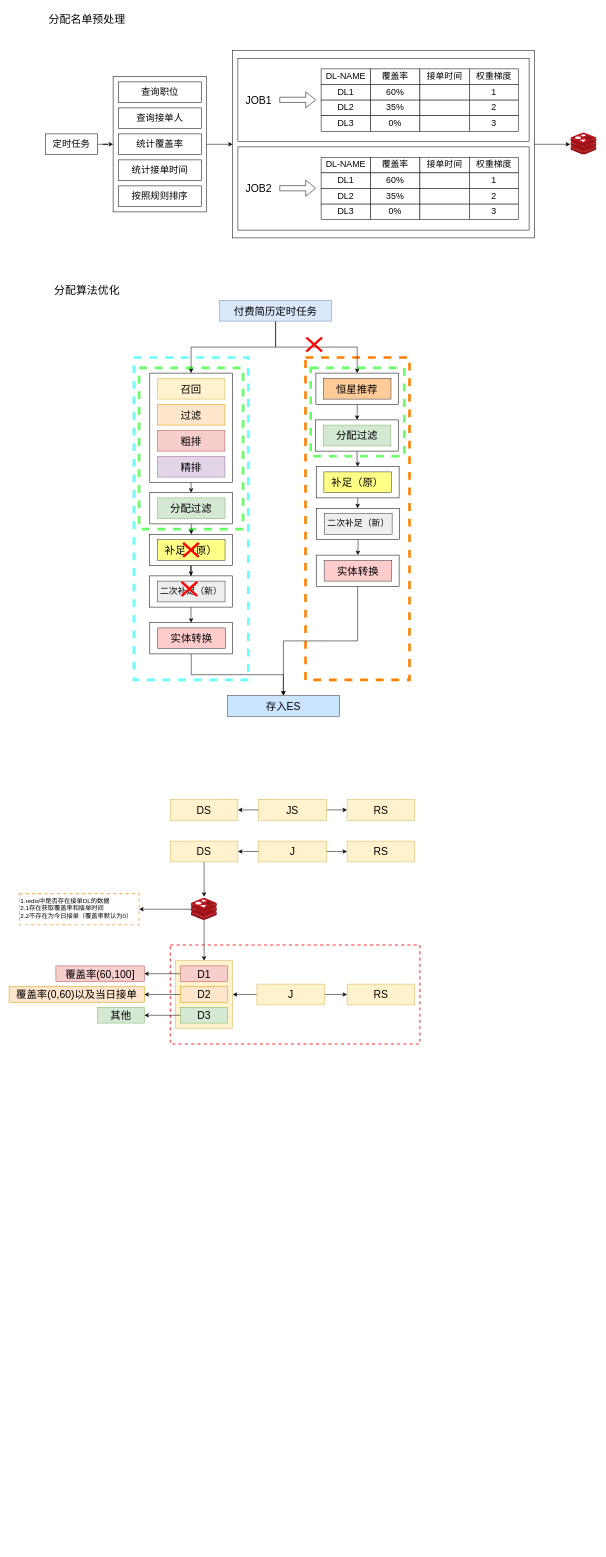
Earlier version of the draw.io diagram 推荐分配算法优化.drawio (LuOyEbY/draw-b). Source tidied: cells renumbered, new cells numbered last; positions are measured from the earlier drawing's top-left corner, leaving out a move shared by most shapes. Both pictures are drawn from the tidied source at 52%, with x=0, y=0 at pixel (9, 9).
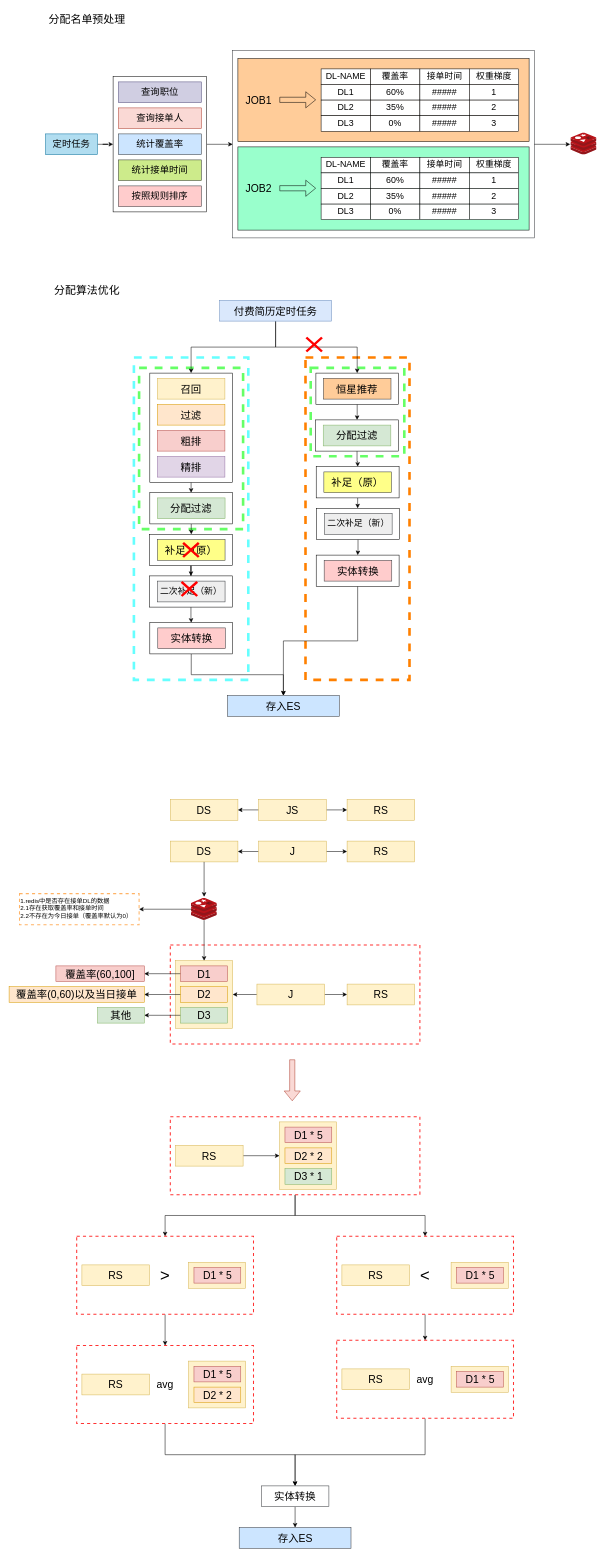
The same page after the edit.

Commit message:
更新推荐分配算法优化.drawio

The change refers to these unchanged cells:
```xml
<mxCell id="14" style="group;" parent="13" vertex="1">
  <mxGeometry width="580" height="350" as="geometry" />
</mxCell>
<mxCell id="16" style="group;" parent="14" vertex="1">
  <mxGeometry x="160" y="20" width="380" height="120" as="geometry" />
</mxCell>
<mxCell id="35" style="group;" parent="13" vertex="1">
  <mxGeometry y="170" width="560" height="160" as="geometry" />
</mxCell>
<mxCell id="37" style="group;" parent="35" vertex="1">
  <mxGeometry x="160" y="20" width="380" height="120" as="geometry" />
</mxCell>
```

The edit, as a diff of the source:
```diff
@@
-    <mxCell id="3" style="rounded=0;whiteSpace=wrap;html=1;" parent="1" vertex="1">
+    <mxCell id="3" style="rounded=0;whiteSpace=wrap;html=1;fillColor=#FFFFFF;strokeColor=#36393d;" parent="1" vertex="1">
       <mxGeometry x="430" y="80" width="580" height="360" as="geometry" />
     </mxCell>
@@
-    <mxCell id="5" value="定时任务" style="rounded=0;whiteSpace=wrap;html=1;fontSize=18;" parent="1" vertex="1">
+    <mxCell id="5" value="定时任务" style="rounded=0;whiteSpace=wrap;html=1;fontSize=18;fillColor=#b1ddf0;strokeColor=#10739e;" parent="1" vertex="1">
       <mxGeometry x="70" y="240" width="100" height="40" as="geometry" />
     </mxCell>
@@
-    <mxCell id="8" value="查询职位" style="rounded=0;whiteSpace=wrap;html=1;fontSize=18;" parent="1" vertex="1">
+    <mxCell id="8" value="查询职位" style="rounded=0;whiteSpace=wrap;html=1;fontSize=18;fillColor=#d0cee2;strokeColor=#56517e;" parent="1" vertex="1">
       <mxGeometry x="210" y="140" width="160" height="40" as="geometry" />
     </mxCell>
-    <mxCell id="9" value="查询接单人" style="rounded=0;whiteSpace=wrap;html=1;fontSize=18;" parent="1" vertex="1">
+    <mxCell id="9" value="查询接单人" style="rounded=0;whiteSpace=wrap;html=1;fontSize=18;fillColor=#fad9d5;strokeColor=#ae4132;" parent="1" vertex="1">
       <mxGeometry x="210" y="190" width="160" height="40" as="geometry" />
     </mxCell>
-    <mxCell id="10" value="统计覆盖率" style="rounded=0;whiteSpace=wrap;html=1;fontSize=18;" parent="1" vertex="1">
+    <mxCell id="10" value="统计覆盖率" style="rounded=0;whiteSpace=wrap;html=1;fontSize=18;fillColor=#cce5ff;strokeColor=#36393d;" parent="1" vertex="1">
       <mxGeometry x="210" y="240" width="160" height="40" as="geometry" />
     </mxCell>
-    <mxCell id="11" value="统计接单时间" style="rounded=0;whiteSpace=wrap;html=1;fontSize=18;" parent="1" vertex="1">
+    <mxCell id="11" value="统计接单时间" style="rounded=0;whiteSpace=wrap;html=1;fontSize=18;fillColor=#cdeb8b;strokeColor=#36393d;" parent="1" vertex="1">
       <mxGeometry x="210" y="290" width="160" height="40" as="geometry" />
     </mxCell>
-    <mxCell id="12" value="按照规则排序" style="rounded=0;whiteSpace=wrap;html=1;fontSize=18;" parent="1" vertex="1">
+    <mxCell id="12" value="按照规则排序" style="rounded=0;whiteSpace=wrap;html=1;fontSize=18;fillColor=#ffcccc;strokeColor=#36393d;" parent="1" vertex="1">
       <mxGeometry x="210" y="340" width="160" height="40" as="geometry" />
     </mxCell>
@@
-    <mxCell id="15" style="rounded=0;whiteSpace=wrap;html=1;" parent="14" vertex="1">
+    <mxCell id="15" style="rounded=0;whiteSpace=wrap;html=1;fillColor=#FFCC99;" parent="14" vertex="1">
       <mxGeometry width="560" height="160" as="geometry" />
     </mxCell>
@@
-    <mxCell id="23" style="rounded=0;whiteSpace=wrap;html=1;fontSize=17;" parent="16" vertex="1">
+    <mxCell id="23" value="#####" style="rounded=0;whiteSpace=wrap;html=1;fontSize=17;" parent="16" vertex="1">
       <mxGeometry x="190" y="30" width="95" height="30" as="geometry" />
     </mxCell>
@@
-    <mxCell id="27" style="rounded=0;whiteSpace=wrap;html=1;fontSize=17;" parent="16" vertex="1">
+    <mxCell id="27" value="#####" style="rounded=0;whiteSpace=wrap;html=1;fontSize=17;" parent="16" vertex="1">
       <mxGeometry x="190" y="60" width="95" height="30" as="geometry" />
     </mxCell>
@@
-    <mxCell id="31" style="rounded=0;whiteSpace=wrap;html=1;fontSize=17;" parent="16" vertex="1">
+    <mxCell id="31" value="#####" style="rounded=0;whiteSpace=wrap;html=1;fontSize=17;" parent="16" vertex="1">
       <mxGeometry x="190" y="90" width="95" height="30" as="geometry" />
     </mxCell>
@@
-    <mxCell id="36" style="rounded=0;whiteSpace=wrap;html=1;" parent="35" vertex="1">
+    <mxCell id="36" style="rounded=0;whiteSpace=wrap;html=1;fillColor=#99FFCC;" parent="35" vertex="1">
       <mxGeometry width="560" height="160" as="geometry" />
     </mxCell>
@@
-    <mxCell id="44" style="rounded=0;whiteSpace=wrap;html=1;fontSize=17;" parent="37" vertex="1">
+    <mxCell id="44" value="#####" style="rounded=0;whiteSpace=wrap;html=1;fontSize=17;" parent="37" vertex="1">
       <mxGeometry x="190" y="30" width="95" height="30" as="geometry" />
     </mxCell>
@@
-    <mxCell id="48" style="rounded=0;whiteSpace=wrap;html=1;fontSize=17;" parent="37" vertex="1">
+    <mxCell id="48" value="#####" style="rounded=0;whiteSpace=wrap;html=1;fontSize=17;" parent="37" vertex="1">
       <mxGeometry x="190" y="60" width="95" height="30" as="geometry" />
     </mxCell>
@@
-    <mxCell id="52" style="rounded=0;whiteSpace=wrap;html=1;fontSize=17;" parent="37" vertex="1">
+    <mxCell id="52" value="#####" style="rounded=0;whiteSpace=wrap;html=1;fontSize=17;" parent="37" vertex="1">
       <mxGeometry x="190" y="90" width="95" height="30" as="geometry" />
     </mxCell>
@@
+    <mxCell id="133" style="edgeStyle=orthogonalEdgeStyle;rounded=0;jettySize=auto;html=1;" parent="1" edge="1" source="135" target="144">
+      <mxGeometry relative="1" as="geometry" />
+    </mxCell>
+    <mxCell id="134" style="edgeStyle=orthogonalEdgeStyle;rounded=0;jettySize=auto;html=1;" parent="1" edge="1" source="135" target="146">
+      <mxGeometry relative="1" as="geometry" />
+    </mxCell>
+    <mxCell id="135" style="rounded=0;whiteSpace=wrap;html=1;dashed=1;strokeColor=#FF3333;strokeWidth=2;" parent="1" vertex="1">
+      <mxGeometry x="310" y="2130" width="480" height="150" as="geometry" />
+    </mxCell>
+    <mxCell id="136" style="shape=flexArrow;endArrow=classic;html=1;rounded=0;fillColor=#fad9d5;strokeColor=#ae4132;" parent="1" edge="1">
+      <mxGeometry relative="1" as="geometry">
+        <mxPoint x="544.5" y="2020" as="sourcePoint" />
+        <mxPoint x="544.5" y="2100" as="targetPoint" />
+      </mxGeometry>
+    </mxCell>
+    <mxCell id="137" style="rounded=0;whiteSpace=wrap;html=1;fontSize=20;fillColor=#fff2cc;strokeColor=#d6b656;" parent="1" vertex="1">
+      <mxGeometry x="520" y="2140" width="110" height="130" as="geometry" />
+    </mxCell>
+    <mxCell id="138" value="D1 * 5" style="rounded=0;whiteSpace=wrap;html=1;fontSize=20;fillColor=#f8cecc;strokeColor=#b85450;" parent="1" vertex="1">
+      <mxGeometry x="530.5" y="2150" width="90" height="30" as="geometry" />
+    </mxCell>
+    <mxCell id="139" value="D2 * 2" style="rounded=0;whiteSpace=wrap;html=1;fontSize=20;fillColor=#ffe6cc;strokeColor=#d79b00;" parent="1" vertex="1">
+      <mxGeometry x="530.5" y="2190" width="90" height="30" as="geometry" />
+    </mxCell>
+    <mxCell id="140" value="D3 * 1" style="rounded=0;whiteSpace=wrap;html=1;fontSize=20;fillColor=#d5e8d4;strokeColor=#82b366;" parent="1" vertex="1">
+      <mxGeometry x="530.5" y="2230" width="90" height="30" as="geometry" />
+    </mxCell>
+    <mxCell id="141" style="edgeStyle=orthogonalEdgeStyle;rounded=0;jettySize=auto;html=1;entryX=0;entryY=0.5;entryDx=0;entryDy=0;" parent="1" edge="1" source="142" target="137">
+      <mxGeometry relative="1" as="geometry" />
+    </mxCell>
+    <mxCell id="142" value="RS" style="rounded=0;whiteSpace=wrap;html=1;fontSize=20;fillColor=#fff2cc;strokeColor=#d6b656;" parent="1" vertex="1">
+      <mxGeometry x="320" y="2185" width="130" height="40" as="geometry" />
+    </mxCell>
+    <mxCell id="143" style="edgeStyle=orthogonalEdgeStyle;rounded=0;jettySize=auto;html=1;entryX=0.5;entryY=0;entryDx=0;entryDy=0;" parent="1" edge="1" source="144" target="151">
+      <mxGeometry relative="1" as="geometry" />
+    </mxCell>
+    <mxCell id="144" value="&lt;font style=&quot;font-size: 32px;&quot;&gt;&amp;gt;&lt;/font&gt;" style="rounded=0;whiteSpace=wrap;html=1;dashed=1;strokeColor=#FF3333;strokeWidth=2;" parent="1" vertex="1">
+      <mxGeometry x="130" y="2360" width="340" height="150" as="geometry" />
+    </mxCell>
+    <mxCell id="145" style="edgeStyle=orthogonalEdgeStyle;rounded=0;jettySize=auto;html=1;entryX=0.5;entryY=0;entryDx=0;entryDy=0;" parent="1" edge="1" source="146" target="157">
+      <mxGeometry relative="1" as="geometry" />
+    </mxCell>
+    <mxCell id="146" value="&lt;span style=&quot;font-size: 32px;&quot;&gt;&amp;lt;&lt;/span&gt;" style="rounded=0;whiteSpace=wrap;html=1;dashed=1;strokeColor=#FF3333;strokeWidth=2;" parent="1" vertex="1">
+      <mxGeometry x="630" y="2360" width="340" height="150" as="geometry" />
+    </mxCell>
+    <mxCell id="147" style="rounded=0;whiteSpace=wrap;html=1;fontSize=20;fillColor=#fff2cc;strokeColor=#d6b656;" parent="1" vertex="1">
+      <mxGeometry x="850" y="2410" width="110" height="50" as="geometry" />
+    </mxCell>
+    <mxCell id="148" value="D1 * 5" style="rounded=0;whiteSpace=wrap;html=1;fontSize=20;fillColor=#f8cecc;strokeColor=#b85450;" parent="1" vertex="1">
+      <mxGeometry x="860.5" y="2420" width="90" height="30" as="geometry" />
+    </mxCell>
+    <mxCell id="149" value="RS" style="rounded=0;whiteSpace=wrap;html=1;fontSize=20;fillColor=#fff2cc;strokeColor=#d6b656;" parent="1" vertex="1">
+      <mxGeometry x="640" y="2415" width="130" height="40" as="geometry" />
+    </mxCell>
+    <mxCell id="150" style="edgeStyle=orthogonalEdgeStyle;rounded=0;jettySize=auto;html=1;entryX=0.5;entryY=0;entryDx=0;entryDy=0;" parent="1" edge="1" source="151" target="162">
+      <mxGeometry relative="1" as="geometry">
+        <Array as="points">
+          <mxPoint x="300" y="2780" />
+          <mxPoint x="550" y="2780" />
+        </Array>
+      </mxGeometry>
+    </mxCell>
+    <mxCell id="151" value="avg" style="rounded=0;whiteSpace=wrap;html=1;dashed=1;strokeColor=#FF3333;strokeWidth=2;fontSize=20;" parent="1" vertex="1">
+      <mxGeometry x="130" y="2570" width="340" height="150" as="geometry" />
+    </mxCell>
+    <mxCell id="152" style="rounded=0;whiteSpace=wrap;html=1;fontSize=20;fillColor=#fff2cc;strokeColor=#d6b656;" parent="1" vertex="1">
+      <mxGeometry x="345" y="2600" width="110" height="90" as="geometry" />
+    </mxCell>
+    <mxCell id="153" value="D1 * 5" style="rounded=0;whiteSpace=wrap;html=1;fontSize=20;fillColor=#f8cecc;strokeColor=#b85450;" parent="1" vertex="1">
+      <mxGeometry x="355.5" y="2610" width="90" height="30" as="geometry" />
+    </mxCell>
+    <mxCell id="154" value="D2 * 2" style="rounded=0;whiteSpace=wrap;html=1;fontSize=20;fillColor=#ffe6cc;strokeColor=#d79b00;" parent="1" vertex="1">
+      <mxGeometry x="355.5" y="2650" width="90" height="30" as="geometry" />
+    </mxCell>
+    <mxCell id="155" value="RS" style="rounded=0;whiteSpace=wrap;html=1;fontSize=20;fillColor=#fff2cc;strokeColor=#d6b656;" parent="1" vertex="1">
+      <mxGeometry x="140" y="2625" width="130" height="40" as="geometry" />
+    </mxCell>
+    <mxCell id="156" style="edgeStyle=orthogonalEdgeStyle;rounded=0;jettySize=auto;html=1;entryX=0.5;entryY=0;entryDx=0;entryDy=0;" parent="1" edge="1" source="157" target="162">
+      <mxGeometry relative="1" as="geometry">
+        <Array as="points">
+          <mxPoint x="800" y="2780" />
+          <mxPoint x="550" y="2780" />
+        </Array>
+      </mxGeometry>
+    </mxCell>
+    <mxCell id="157" value="avg" style="rounded=0;whiteSpace=wrap;html=1;dashed=1;strokeColor=#FF3333;strokeWidth=2;fontSize=20;" parent="1" vertex="1">
+      <mxGeometry x="630" y="2560" width="340" height="150" as="geometry" />
+    </mxCell>
+    <mxCell id="158" style="rounded=0;whiteSpace=wrap;html=1;fontSize=20;fillColor=#fff2cc;strokeColor=#d6b656;" parent="1" vertex="1">
+      <mxGeometry x="850" y="2610" width="110" height="50" as="geometry" />
+    </mxCell>
+    <mxCell id="159" value="D1 * 5" style="rounded=0;whiteSpace=wrap;html=1;fontSize=20;fillColor=#f8cecc;strokeColor=#b85450;" parent="1" vertex="1">
+      <mxGeometry x="860.5" y="2620" width="90" height="30" as="geometry" />
+    </mxCell>
+    <mxCell id="160" value="RS" style="rounded=0;whiteSpace=wrap;html=1;fontSize=20;fillColor=#fff2cc;strokeColor=#d6b656;" parent="1" vertex="1">
+      <mxGeometry x="640" y="2615" width="130" height="40" as="geometry" />
+    </mxCell>
+    <mxCell id="161" style="edgeStyle=orthogonalEdgeStyle;rounded=0;jettySize=auto;html=1;" parent="1" edge="1" source="162" target="163">
+      <mxGeometry relative="1" as="geometry" />
+    </mxCell>
+    <mxCell id="162" value="实体转换" style="rounded=0;whiteSpace=wrap;html=1;fontSize=20;fillColor=default;strokeColor=#36393d;" parent="1" vertex="1">
+      <mxGeometry x="485" y="2840" width="130" height="40" as="geometry" />
+    </mxCell>
+    <mxCell id="163" value="存入ES" style="rounded=0;whiteSpace=wrap;html=1;fontSize=20;fillColor=#cce5ff;strokeColor=#36393d;" parent="1" vertex="1">
+      <mxGeometry x="442.5" y="2920" width="215" height="40" as="geometry" />
+    </mxCell>
+    <mxCell id="164" style="group;" parent="1" vertex="1">
+      <mxGeometry x="140" y="2410" width="315" height="50" as="geometry" />
+    </mxCell>
+    <mxCell id="165" style="rounded=0;whiteSpace=wrap;html=1;fontSize=20;fillColor=#fff2cc;strokeColor=#d6b656;" parent="164" vertex="1">
+      <mxGeometry x="205" width="110" height="50" as="geometry" />
+    </mxCell>
+    <mxCell id="166" value="D1 * 5" style="rounded=0;whiteSpace=wrap;html=1;fontSize=20;fillColor=#f8cecc;strokeColor=#b85450;" parent="164" vertex="1">
+      <mxGeometry x="215.5" y="10" width="90" height="30" as="geometry" />
+    </mxCell>
+    <mxCell id="167" value="RS" style="rounded=0;whiteSpace=wrap;html=1;fontSize=20;fillColor=#fff2cc;strokeColor=#d6b656;" parent="164" vertex="1">
+      <mxGeometry y="5" width="130" height="40" as="geometry" />
+    </mxCell>
```
